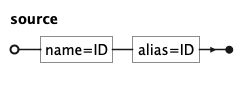
koryki-java/core keeps this PlantUML diagram as docs/kql/source.png. Above is the earlier version.
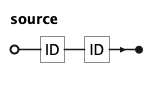
Later version of the same file.

Change to the diagram source:
```diff
@@ -6,6 +6,6 @@
 'title source
 
 source =
-    "name=ID", "alias=ID"
+    "ID", "ID"
 ;
 @endebnf
```
